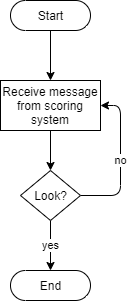
Before: imaging/documentation/Wait_Throw_logic.png, a diagram exported from draw.io (kparlak/dart-scoring-system). Source tidied: cells renumbered, new cells last; positions are measured from the earlier drawing's top-left corner, leaving out a move shared by most shapes. The source it was exported from:
```xml
<mxGraphModel>
  <root>
    <mxCell id="0" />
    <mxCell id="1" parent="0" />
    <mxCell id="2" style="edgeStyle=orthogonalEdgeStyle;rounded=1;jettySize=auto;html=1;exitX=0.5;exitY=0.5;exitDx=0;exitDy=15;exitPerimeter=0;entryX=0.5;entryY=0;entryDx=0;entryDy=0;strokeColor=#000000;" parent="1" edge="1" source="3" target="5">
      <mxGeometry relative="1" as="geometry" />
    </mxCell>
    <mxCell id="3" value="Start" style="html=1;dashed=0;whitespace=wrap;shape=mxgraph.dfd.start;" parent="1" vertex="1">
      <mxGeometry x="10" width="80" height="30" as="geometry" />
    </mxCell>
    <mxCell id="4" style="edgeStyle=orthogonalEdgeStyle;rounded=1;jettySize=auto;html=1;exitX=0.5;exitY=1;exitDx=0;exitDy=0;entryX=0.5;entryY=0;entryDx=0;entryDy=0;strokeColor=#000000;" parent="1" edge="1" source="5" target="8">
      <mxGeometry relative="1" as="geometry" />
    </mxCell>
    <mxCell id="5" value="Receive message from scoring system" style="html=1;dashed=0;whitespace=wrap;whiteSpace=wrap;" parent="1" vertex="1">
      <mxGeometry y="80" width="100" height="50" as="geometry" />
    </mxCell>
    <mxCell id="6" value="no" style="edgeStyle=orthogonalEdgeStyle;rounded=1;jettySize=auto;html=1;exitX=1;exitY=0.5;exitDx=0;exitDy=0;entryX=1;entryY=0.5;entryDx=0;entryDy=0;strokeColor=#000000;" parent="1" edge="1" source="8" target="5">
      <mxGeometry relative="1" as="geometry">
        <Array as="points">
          <mxPoint x="120" y="195" />
          <mxPoint x="120" y="105" />
        </Array>
      </mxGeometry>
    </mxCell>
    <mxCell id="7" value="yes" style="edgeStyle=orthogonalEdgeStyle;rounded=1;jettySize=auto;html=1;exitX=0.5;exitY=1;exitDx=0;exitDy=0;entryX=0.5;entryY=0.5;entryDx=0;entryDy=-15;entryPerimeter=0;strokeColor=#000000;" parent="1" edge="1" source="8" target="9">
      <mxGeometry relative="1" as="geometry" />
    </mxCell>
    <mxCell id="8" value="Look?" style="shape=rhombus;html=1;dashed=0;whitespace=wrap;perimeter=rhombusPerimeter;" parent="1" vertex="1">
      <mxGeometry x="20" y="170" width="60" height="50" as="geometry" />
    </mxCell>
    <mxCell id="9" value="End" style="html=1;dashed=0;whitespace=wrap;shape=mxgraph.dfd.start;" parent="1" vertex="1">
      <mxGeometry x="10" y="270" width="80" height="30" as="geometry" />
    </mxCell>
  </root>
</mxGraphModel>
```
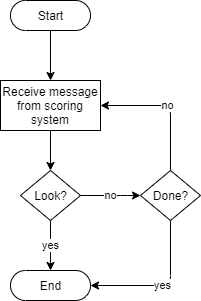
The same diagram one commit later.

The edit, as a diff of the source:
```diff
@@ -14,11 +14,11 @@
     <mxCell id="5" value="Receive message from scoring system" style="html=1;dashed=0;whitespace=wrap;whiteSpace=wrap;" parent="1" vertex="1">
       <mxGeometry y="80" width="100" height="50" as="geometry" />
     </mxCell>
-    <mxCell id="6" value="no" style="edgeStyle=orthogonalEdgeStyle;rounded=1;jettySize=auto;html=1;exitX=1;exitY=0.5;exitDx=0;exitDy=0;entryX=1;entryY=0.5;entryDx=0;entryDy=0;strokeColor=#000000;" parent="1" edge="1" source="8" target="5">
+    <mxCell id="6" value="no" style="edgeStyle=orthogonalEdgeStyle;rounded=1;jettySize=auto;html=1;exitX=1;exitY=0.5;exitDx=0;exitDy=0;entryX=0;entryY=0.5;entryDx=0;entryDy=0;strokeColor=#000000;" parent="1" edge="1" source="8" target="12">
       <mxGeometry relative="1" as="geometry">
         <Array as="points">
           <mxPoint x="120" y="195" />
-          <mxPoint x="120" y="105" />
+          <mxPoint x="120" y="195" />
         </Array>
       </mxGeometry>
     </mxCell>
@@ -31,5 +31,14 @@
     <mxCell id="9" value="End" style="html=1;dashed=0;whitespace=wrap;shape=mxgraph.dfd.start;" parent="1" vertex="1">
       <mxGeometry x="10" y="270" width="80" height="30" as="geometry" />
     </mxCell>
+    <mxCell id="10" value="yes" style="edgeStyle=orthogonalEdgeStyle;rounded=1;jettySize=auto;html=1;exitX=0.5;exitY=1;exitDx=0;exitDy=0;entryX=1;entryY=0.5;entryDx=0;entryDy=0;entryPerimeter=0;" parent="1" edge="1" source="12" target="9">
+      <mxGeometry relative="1" as="geometry" />
+    </mxCell>
+    <mxCell id="11" value="no" style="edgeStyle=orthogonalEdgeStyle;rounded=1;jettySize=auto;html=1;exitX=0.5;exitY=0;exitDx=0;exitDy=0;entryX=1;entryY=0.5;entryDx=0;entryDy=0;" parent="1" edge="1" source="12" target="5">
+      <mxGeometry relative="1" as="geometry" />
+    </mxCell>
+    <mxCell id="12" value="Done?" style="shape=rhombus;html=1;dashed=0;whitespace=wrap;perimeter=rhombusPerimeter;" parent="1" vertex="1">
+      <mxGeometry x="140" y="170" width="60" height="50" as="geometry" />
+    </mxCell>
   </root>
 </mxGraphModel>
```
